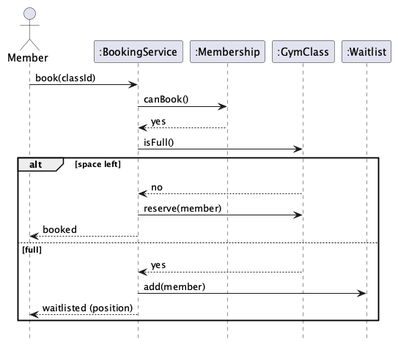
CS6451-Advanced-Software-Design/Gym-Membership keeps this PlantUML diagram as report/analysis/sequence-book-class.png. Above is the earlier version.
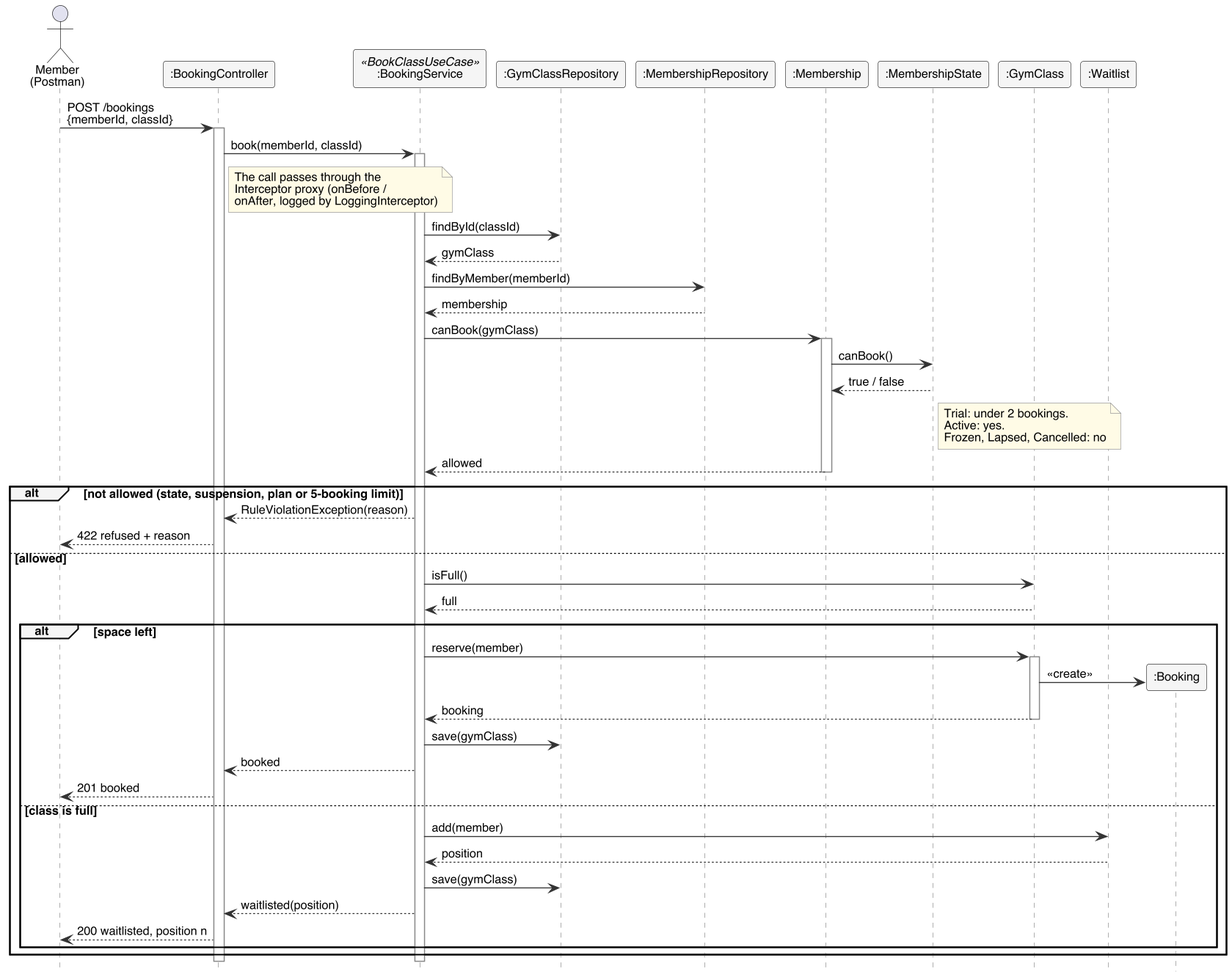
Above is the later version.

Commit message:
docs: redraw the UC2 Book Class sequence through the hexagon

Start from the Postman request and go through BookingController, the
BookClassUseCase port and the repositories. Membership asks its
MembershipState whether it can book, and the refused, booked and
waitlisted outcomes each show their HTTP response.

Change to the diagram source:
```diff
@@ -1,24 +1,76 @@
-@startuml sequence-book-class
-!include ../style.iuml
+@startuml
+!include common.iuml
+skinparam sequence {
+  ParticipantBackgroundColor #F5F5F5
+  ParticipantBorderColor #333333
+  LifeLineBorderColor #888888
+  GroupBackgroundColor #F5F5F5
+}
+skinparam responseMessageBelowArrow true
+autoactivate off
 hide footbox
 
-actor Member
-participant ":BookingService" as service
-participant ":Membership" as membership
-participant ":GymClass" as gymClass
-participant ":Waitlist" as waitlist
+actor "Member\n(Postman)" as M
+participant ":BookingController" as C
+participant ":BookingService" as S <<BookClassUseCase>>
+participant ":GymClassRepository" as GR
+participant ":MembershipRepository" as MR
+participant ":Membership" as MS
+participant ":MembershipState" as ST
+participant ":GymClass" as G
+participant ":Waitlist" as W
 
-Member -> service : book(classId)
-service -> membership : canBook()
-membership --> service : yes
-service -> gymClass : isFull()
-alt space left
-  gymClass --> service : no
-  service -> gymClass : reserve(member)
-  service --> Member : booked
-else full
-  gymClass --> service : yes
-  service -> waitlist : add(member)
-  service --> Member : waitlisted (position)
+M -> C : POST /bookings\n{memberId, classId}
+activate C
+C -> S : book(memberId, classId)
+activate S
+note right of C
+  The call passes through the
+  Interceptor proxy (onBefore /
+  onAfter, logged by LoggingInterceptor)
+end note
+
+S -> GR : findById(classId)
+GR --> S : gymClass
+S -> MR : findByMember(memberId)
+MR --> S : membership
+
+S -> MS : canBook(gymClass)
+activate MS
+MS -> ST : canBook()
+ST --> MS : true / false
+note right of ST
+  Trial: under 2 bookings.
+  Active: yes.
+  Frozen, Lapsed, Cancelled: no
+end note
+MS --> S : allowed
+deactivate MS
+
+alt not allowed (state, suspension, plan or 5-booking limit)
+  S --> C : RuleViolationException(reason)
+  C --> M : 422 refused + reason
+else allowed
+  S -> G : isFull()
+  G --> S : full
+  alt space left
+    S -> G : reserve(member)
+    activate G
+    create participant ":Booking" as B
+    G -> B : <<create>>
+    G --> S : booking
+    deactivate G
+    S -> GR : save(gymClass)
+    S --> C : booked
+    C --> M : 201 booked
+  else class is full
+    S -> W : add(member)
+    W --> S : position
+    S -> GR : save(gymClass)
+    S --> C : waitlisted(position)
+    C --> M : 200 waitlisted, position n
+  end
 end
+deactivate S
+deactivate C
 @enduml
```
